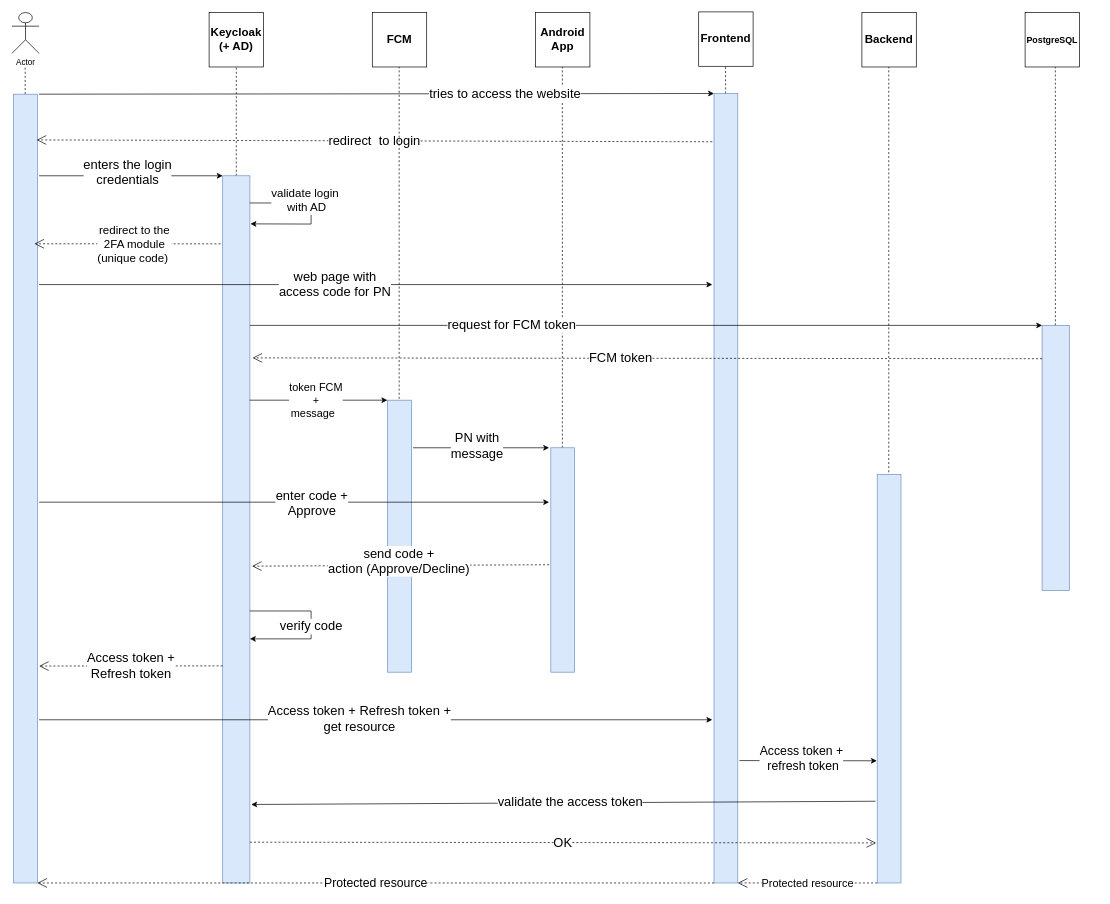
Bianca00000000/Keycloak_2FA keeps this draw.io diagram as docum/draw/diagrama_de_secventa_PN.drawio. Above is the earlier version. Source tidied: cells renumbered, new cells numbered last; positions are measured from the earlier drawing's top-left corner, leaving out a move shared by most shapes. Both pictures are drawn from the tidied source at 68%, with x=0, y=0 at pixel (12, 12).
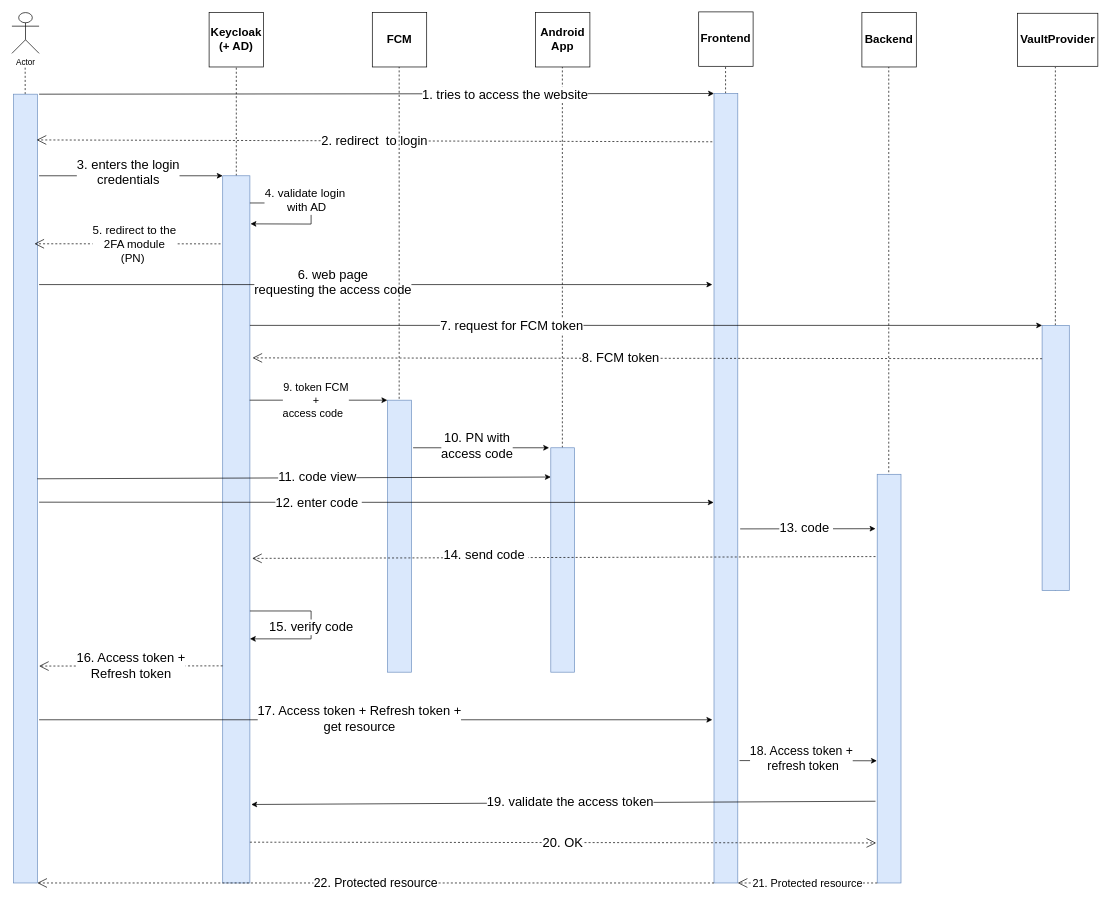
After the change.

Unchanged cells that the change refers to:
```xml
<mxCell id="12" style="rounded=0;whiteSpace=wrap;html=1;fillColor=#dae8fc;strokeColor=#6c8ebf;" parent="1" vertex="1">
  <mxGeometry x="2.5" y="121" width="35" height="1160" as="geometry" />
</mxCell>
<mxCell id="14" style="rounded=0;whiteSpace=wrap;html=1;fillColor=#dae8fc;strokeColor=#6c8ebf;" parent="1" vertex="1">
  <mxGeometry x="310" y="241" width="40" height="1040" as="geometry" />
</mxCell>
<mxCell id="19" style="rounded=0;whiteSpace=wrap;html=1;fillColor=#dae8fc;strokeColor=#6c8ebf;" parent="1" vertex="1">
  <mxGeometry x="1032.5" y="120" width="35" height="1161" as="geometry" />
</mxCell>
<mxCell id="27" style="endArrow=open;endSize=12;dashed=1;html=1;rounded=0;entryX=0.97;entryY=0.382;entryDx=0;entryDy=0;entryPerimeter=0;" parent="1" edge="1">
  <mxGeometry relative="1" as="geometry">
    <mxPoint x="306.8" y="341.1" as="sourcePoint" />
    <mxPoint x="33.2" y="341" as="targetPoint" />
  </mxGeometry>
</mxCell>
<mxCell id="29" style="endArrow=classic;html=1;rounded=0;entryX=0;entryY=0;entryDx=0;entryDy=0;" parent="1" edge="1">
  <mxGeometry relative="1" as="geometry">
    <mxPoint x="349.6" y="571" as="sourcePoint" />
    <mxPoint x="552.1" y="571" as="targetPoint" />
  </mxGeometry>
</mxCell>
<mxCell id="33" style="endArrow=open;endSize=12;dashed=1;html=1;rounded=0;entryX=1.106;entryY=0.357;entryDx=0;entryDy=0;entryPerimeter=0;exitX=0.009;exitY=0.15;exitDx=0;exitDy=0;exitPerimeter=0;" parent="1" edge="1">
  <mxGeometry relative="1" as="geometry">
    <mxPoint x="1515" y="510" as="sourcePoint" />
    <mxPoint x="353.9" y="508.8" as="targetPoint" />
  </mxGeometry>
</mxCell>
<mxCell id="37" style="endArrow=classic;html=1;rounded=0;" parent="1" edge="1">
  <mxGeometry relative="1" as="geometry">
    <mxPoint x="590" y="641" as="sourcePoint" />
    <mxPoint x="790" y="641" as="targetPoint" />
  </mxGeometry>
</mxCell>
<mxCell id="42" style="rounded=0;whiteSpace=wrap;html=1;fillColor=#dae8fc;strokeColor=#6c8ebf;" parent="1" vertex="1">
  <mxGeometry x="1272.5" y="680" width="35" height="601" as="geometry" />
</mxCell>
<mxCell id="48" style="endArrow=classic;html=1;rounded=0;" parent="1" edge="1">
  <mxGeometry relative="1" as="geometry">
    <mxPoint x="40" y="1041" as="sourcePoint" />
    <mxPoint x="1030" y="1041" as="targetPoint" />
  </mxGeometry>
</mxCell>
<mxCell id="51" style="endArrow=classic;html=1;rounded=0;entryX=-0.014;entryY=0.701;entryDx=0;entryDy=0;entryPerimeter=0;" parent="1" edge="1" target="42">
  <mxGeometry relative="1" as="geometry">
    <mxPoint x="1070" y="1101" as="sourcePoint" />
  </mxGeometry>
</mxCell>
<mxCell id="53" style="endArrow=classic;html=1;rounded=0;exitX=-0.071;exitY=0.8;exitDx=0;exitDy=0;entryX=1.05;entryY=0.889;entryDx=0;entryDy=0;exitPerimeter=0;entryPerimeter=0;" parent="1" edge="1" source="42" target="14">
  <mxGeometry relative="1" as="geometry" />
</mxCell>
<mxCell id="58" style="endArrow=classic;html=1;rounded=0;entryX=1.022;entryY=0.068;entryDx=0;entryDy=0;entryPerimeter=0;" parent="1" edge="1" target="14">
  <mxGeometry relative="1" as="geometry">
    <mxPoint x="350" y="281" as="sourcePoint" />
    <Array as="points">
      <mxPoint x="440" y="281" />
      <mxPoint x="440" y="312" />
    </Array>
  </mxGeometry>
</mxCell>
```

The edit, as a diff of the source:
```diff
@@
-    <mxCell id="20" value="&lt;font style=&quot;font-size: 19px;&quot;&gt;tries to access the website&lt;/font&gt;" style="text;html=1;align=center;verticalAlign=middle;strokeColor=none;fillColor=none;labelBackgroundColor=default;" parent="1" vertex="1">
-      <mxGeometry x="600" y="101" width="250" height="40" as="geometry" />
+    <mxCell id="20" value="&lt;font style=&quot;font-size: 19px;&quot;&gt;1. tries to access the website&lt;/font&gt;" style="text;html=1;align=center;verticalAlign=middle;strokeColor=none;fillColor=none;labelBackgroundColor=default;" parent="1" vertex="1">
+      <mxGeometry x="594" y="104" width="262" height="35" as="geometry" />
     </mxCell>
@@
-    <mxCell id="22" value="&lt;font style=&quot;font-size: 19px;&quot;&gt;enters the login &lt;br&gt;credentials&lt;/font&gt;" style="text;html=1;align=center;verticalAlign=middle;strokeColor=none;fillColor=none;labelBackgroundColor=default;" parent="1" vertex="1">
-      <mxGeometry x="95" y="206" width="150" height="60" as="geometry" />
+    <mxCell id="22" value="&lt;font style=&quot;font-size: 19px;&quot;&gt;3. enters the login &lt;br&gt;credentials&lt;/font&gt;" style="text;html=1;align=center;verticalAlign=middle;strokeColor=none;fillColor=none;labelBackgroundColor=default;" parent="1" vertex="1">
+      <mxGeometry x="86" y="207" width="169" height="58" as="geometry" />
     </mxCell>
-    <mxCell id="23" value="&lt;font size=&quot;1&quot; style=&quot;&quot;&gt;&lt;b style=&quot;font-size: 13px;&quot;&gt;PostgreSQL&lt;/b&gt;&lt;/font&gt;" style="whiteSpace=wrap;html=1;" parent="1" vertex="1">
-      <mxGeometry x="1490" y="1" width="80" height="80" as="geometry" />
-    </mxCell>
@@
-    <mxCell id="26" value="&lt;font style=&quot;font-size: 19px;&quot;&gt;redirect&amp;nbsp; to login&lt;/font&gt;" style="endArrow=open;endSize=12;dashed=1;html=1;rounded=0;entryX=0.97;entryY=0.058;entryDx=0;entryDy=0;entryPerimeter=0;" parent="1" edge="1" target="12">
+    <mxCell id="26" value="&lt;font style=&quot;font-size: 19px;&quot;&gt;2. redirect&amp;nbsp; to login&lt;/font&gt;" style="endArrow=open;endSize=12;dashed=1;html=1;rounded=0;entryX=0.97;entryY=0.058;entryDx=0;entryDy=0;entryPerimeter=0;" parent="1" edge="1" target="12">
       <mxGeometry relative="1" as="geometry">
         <mxPoint x="1030" y="191" as="sourcePoint" />
       </mxGeometry>
     </mxCell>
@@
-    <mxCell id="28" value="&lt;font style=&quot;font-size: 17px;&quot;&gt;redirect to the &lt;br&gt;2FA module &lt;br&gt;(unique code)&amp;nbsp;&lt;/font&gt;" style="edgeLabel;html=1;align=center;verticalAlign=middle;" parent="27" vertex="1">
+    <mxCell id="28" value="&lt;font style=&quot;font-size: 17px;&quot;&gt;5. redirect to the &lt;br&gt;2FA module &lt;br&gt;(PN)&amp;nbsp;&lt;/font&gt;" style="edgeLabel;html=1;align=center;verticalAlign=middle;" parent="27" vertex="1">
       <mxGeometry x="0.03" relative="1" as="geometry">
         <mxPoint x="14" as="offset" />
       </mxGeometry>
     </mxCell>
@@
-    <mxCell id="30" value="&lt;font style=&quot;font-size: 16px;&quot;&gt;token FCM&lt;br&gt;+&lt;br&gt;message&amp;nbsp;&amp;nbsp;&lt;/font&gt;" style="edgeLabel;html=1;align=center;verticalAlign=middle;" parent="29" vertex="1">
+    <mxCell id="30" value="&lt;font style=&quot;font-size: 16px;&quot;&gt;9. token FCM&lt;br&gt;+&lt;br&gt;access code&amp;nbsp;&amp;nbsp;&lt;/font&gt;" style="edgeLabel;html=1;align=center;verticalAlign=middle;" parent="29" vertex="1">
       <mxGeometry x="-0.04" y="1" relative="1" as="geometry" />
     </mxCell>
@@
-    <mxCell id="32" value="&lt;font style=&quot;font-size: 19px;&quot;&gt;request for FCM token&lt;/font&gt;" style="text;html=1;align=center;verticalAlign=middle;strokeColor=none;fillColor=none;labelBackgroundColor=default;" parent="1" vertex="1">
-      <mxGeometry x="630" y="441" width="210" height="40" as="geometry" />
+    <mxCell id="32" value="&lt;font style=&quot;font-size: 19px;&quot;&gt;7. request for FCM token&lt;/font&gt;" style="text;html=1;align=center;verticalAlign=middle;strokeColor=none;fillColor=none;labelBackgroundColor=default;" parent="1" vertex="1">
+      <mxGeometry x="621" y="444" width="228" height="35" as="geometry" />
     </mxCell>
@@
-    <mxCell id="34" value="&lt;font style=&quot;font-size: 19px;&quot;&gt;FCM token&lt;/font&gt;" style="edgeLabel;html=1;align=center;verticalAlign=middle;" parent="33" vertex="1">
+    <mxCell id="34" value="&lt;font style=&quot;font-size: 19px;&quot;&gt;8. FCM token&lt;/font&gt;" style="edgeLabel;html=1;align=center;verticalAlign=middle;" parent="33" vertex="1">
       <mxGeometry x="0.07" relative="1" as="geometry" />
     </mxCell>
@@
-    <mxCell id="36" value="&lt;font style=&quot;font-size: 19px;&quot;&gt;web page with&lt;br&gt;access code for PN&lt;/font&gt;" style="text;html=1;align=center;verticalAlign=middle;strokeColor=none;fillColor=none;labelBackgroundColor=default;" parent="1" vertex="1">
-      <mxGeometry x="380" y="371" width="190" height="60" as="geometry" />
+    <mxCell id="36" value="&lt;font style=&quot;font-size: 19px;&quot;&gt;6. web page &lt;br&gt;requesting the access code&lt;/font&gt;" style="text;html=1;align=center;verticalAlign=middle;strokeColor=none;fillColor=none;labelBackgroundColor=default;" parent="1" vertex="1">
+      <mxGeometry x="347" y="369" width="249" height="58" as="geometry" />
     </mxCell>
@@
-    <mxCell id="38" value="&lt;font style=&quot;font-size: 19px;&quot;&gt;PN with&lt;br&gt;message&lt;/font&gt;" style="edgeLabel;html=1;align=center;verticalAlign=middle;" parent="37" vertex="1">
+    <mxCell id="38" value="&lt;font style=&quot;font-size: 19px;&quot;&gt;10. PN with&lt;br&gt;access code&lt;/font&gt;" style="edgeLabel;html=1;align=center;verticalAlign=middle;" parent="37" vertex="1">
       <mxGeometry x="-0.07" y="4" relative="1" as="geometry" />
     </mxCell>
@@
-    <mxCell id="43" style="endArrow=classic;html=1;rounded=0;" parent="1" edge="1">
+    <mxCell id="43" style="endArrow=classic;html=1;rounded=0;entryX=-0.014;entryY=0.518;entryDx=0;entryDy=0;entryPerimeter=0;" parent="1" edge="1" target="19">
       <mxGeometry relative="1" as="geometry">
         <mxPoint x="40" y="721" as="sourcePoint" />
-        <mxPoint x="790" y="721" as="targetPoint" />
       </mxGeometry>
     </mxCell>
-    <mxCell id="44" value="&lt;font style=&quot;&quot;&gt;&lt;font style=&quot;font-size: 19px;&quot;&gt;enter code +&lt;/font&gt;&lt;br&gt;&lt;span style=&quot;font-size: 19px;&quot;&gt;Approve&lt;/span&gt;&lt;/font&gt;" style="edgeLabel;html=1;align=center;verticalAlign=middle;" parent="43" vertex="1">
+    <mxCell id="44" value="&lt;font style=&quot;&quot;&gt;&lt;font style=&quot;font-size: 19px;&quot;&gt;12. enter code&amp;nbsp;&lt;/font&gt;&lt;br&gt;&lt;/font&gt;" style="edgeLabel;html=1;align=center;verticalAlign=middle;" parent="43" vertex="1">
       <mxGeometry x="-0.01" y="-1" relative="1" as="geometry">
-        <mxPoint x="29" as="offset" />
+        <mxPoint x="-80" as="offset" />
       </mxGeometry>
     </mxCell>
-    <mxCell id="45" value="&lt;font style=&quot;font-size: 19px;&quot;&gt;send code +&lt;br&gt;action (Approve/Decline)&lt;br&gt;&lt;/font&gt;" style="endArrow=open;endSize=12;dashed=1;html=1;rounded=0;entryX=1.078;entryY=0.552;entryDx=0;entryDy=0;entryPerimeter=0;" parent="1" edge="1" target="14">
-      <mxGeometry x="0.01" y="-6" relative="1" as="geometry">
-        <mxPoint x="790" y="813" as="sourcePoint" />
+    <mxCell id="45" value="&lt;font style=&quot;font-size: 19px;&quot;&gt;14. send code&amp;nbsp;&lt;br&gt;&lt;/font&gt;" style="endArrow=open;endSize=12;dashed=1;html=1;rounded=0;entryX=1.084;entryY=0.541;entryDx=0;entryDy=0;entryPerimeter=0;" parent="1" edge="1" target="14">
+      <mxGeometry x="0.25" y="-4" relative="1" as="geometry">
+        <mxPoint x="1270" y="801" as="sourcePoint" />
       </mxGeometry>
     </mxCell>
@@
-    <mxCell id="47" value="&lt;font style=&quot;font-size: 19px;&quot;&gt;verify code&lt;/font&gt;" style="text;html=1;align=center;verticalAlign=middle;strokeColor=none;fillColor=none;labelBackgroundColor=default;" parent="1" vertex="1">
-      <mxGeometry x="380" y="884" width="120" height="40" as="geometry" />
+    <mxCell id="47" value="&lt;font style=&quot;font-size: 19px;&quot;&gt;15. verify code&lt;/font&gt;" style="text;html=1;align=center;verticalAlign=middle;strokeColor=none;fillColor=none;labelBackgroundColor=default;" parent="1" vertex="1">
+      <mxGeometry x="369" y="887" width="142" height="35" as="geometry" />
     </mxCell>
@@
-    <mxCell id="49" value="&lt;font style=&quot;font-size: 19px;&quot;&gt;Access token + Refresh token +&lt;br&gt;get resource&lt;br&gt;&lt;/font&gt;" style="edgeLabel;html=1;align=center;verticalAlign=middle;" parent="48" vertex="1">
+    <mxCell id="49" value="&lt;font style=&quot;font-size: 19px;&quot;&gt;17. Access token + Refresh token +&lt;br&gt;get resource&lt;br&gt;&lt;/font&gt;" style="edgeLabel;html=1;align=center;verticalAlign=middle;" parent="48" vertex="1">
       <mxGeometry x="-0.25" y="2" relative="1" as="geometry">
         <mxPoint x="99" as="offset" />
       </mxGeometry>
     </mxCell>
-    <mxCell id="50" value="&lt;font style=&quot;font-size: 19px;&quot;&gt;Access token +&lt;br&gt;Refresh token&lt;/font&gt;" style="endArrow=open;endSize=12;dashed=1;html=1;rounded=0;exitX=0;exitY=0.693;exitDx=0;exitDy=0;exitPerimeter=0;" parent="1" edge="1" source="14">
+    <mxCell id="50" value="&lt;font style=&quot;font-size: 19px;&quot;&gt;16. Access token +&lt;br&gt;Refresh token&lt;/font&gt;" style="endArrow=open;endSize=12;dashed=1;html=1;rounded=0;exitX=0;exitY=0.693;exitDx=0;exitDy=0;exitPerimeter=0;" parent="1" edge="1" source="14">
       <mxGeometry relative="1" as="geometry">
         <mxPoint x="40" y="962" as="targetPoint" />
       </mxGeometry>
     </mxCell>
@@
-    <mxCell id="52" value="&lt;font style=&quot;font-size: 18px;&quot;&gt;Access token +&lt;br&gt;&amp;nbsp;refresh token&lt;/font&gt;" style="edgeLabel;html=1;align=center;verticalAlign=middle;" parent="51" vertex="1">
+    <mxCell id="52" value="&lt;font style=&quot;font-size: 18px;&quot;&gt;18. Access token +&lt;br&gt;&amp;nbsp;refresh token&lt;/font&gt;" style="edgeLabel;html=1;align=center;verticalAlign=middle;" parent="51" vertex="1">
       <mxGeometry x="-0.11" y="3" relative="1" as="geometry" />
     </mxCell>
@@
-    <mxCell id="54" value="&lt;font style=&quot;font-size: 19px;&quot;&gt;validate the access token&lt;/font&gt;" style="edgeLabel;html=1;align=center;verticalAlign=middle;" parent="53" vertex="1">
+    <mxCell id="54" value="&lt;font style=&quot;font-size: 19px;&quot;&gt;19. validate the access token&lt;/font&gt;" style="edgeLabel;html=1;align=center;verticalAlign=middle;" parent="53" vertex="1">
       <mxGeometry x="-0.02" y="-2" relative="1" as="geometry" />
     </mxCell>
-    <mxCell id="55" value="&lt;font style=&quot;font-size: 19px;&quot;&gt;OK&lt;/font&gt;" style="endArrow=open;endSize=12;dashed=1;html=1;rounded=0;entryX=-0.046;entryY=0.902;entryDx=0;entryDy=0;entryPerimeter=0;" parent="1" edge="1" target="42">
+    <mxCell id="55" value="&lt;font style=&quot;font-size: 19px;&quot;&gt;20. OK&lt;/font&gt;" style="endArrow=open;endSize=12;dashed=1;html=1;rounded=0;entryX=-0.046;entryY=0.902;entryDx=0;entryDy=0;entryPerimeter=0;" parent="1" edge="1" target="42">
       <mxGeometry relative="1" as="geometry">
         <mxPoint x="350" y="1221" as="sourcePoint" />
       </mxGeometry>
     </mxCell>
-    <mxCell id="56" value="&lt;font style=&quot;font-size: 16px;&quot;&gt;Protected resource&lt;/font&gt;" style="endArrow=open;endSize=12;dashed=1;html=1;rounded=0;exitX=0;exitY=1;exitDx=0;exitDy=0;entryX=1;entryY=1;entryDx=0;entryDy=0;" parent="1" edge="1" source="42" target="19">
+    <mxCell id="56" value="&lt;font style=&quot;font-size: 16px;&quot;&gt;21. Protected resource&lt;/font&gt;" style="endArrow=open;endSize=12;dashed=1;html=1;rounded=0;exitX=0;exitY=1;exitDx=0;exitDy=0;entryX=1;entryY=1;entryDx=0;entryDy=0;" parent="1" edge="1" source="42" target="19">
       <mxGeometry relative="1" as="geometry" />
     </mxCell>
-    <mxCell id="57" value="&lt;font style=&quot;font-size: 18px;&quot;&gt;Protected resource&lt;/font&gt;" style="endArrow=open;endSize=12;dashed=1;html=1;rounded=0;exitX=0;exitY=1;exitDx=0;exitDy=0;entryX=1;entryY=1;entryDx=0;entryDy=0;" parent="1" edge="1" source="19" target="12">
+    <mxCell id="57" value="&lt;font style=&quot;font-size: 18px;&quot;&gt;22. Protected resource&lt;/font&gt;" style="endArrow=open;endSize=12;dashed=1;html=1;rounded=0;exitX=0;exitY=1;exitDx=0;exitDy=0;entryX=1;entryY=1;entryDx=0;entryDy=0;" parent="1" edge="1" source="19" target="12">
       <mxGeometry relative="1" as="geometry" />
     </mxCell>
@@
-    <mxCell id="59" value="&lt;font style=&quot;font-size: 17px;&quot;&gt;validate login&lt;br&gt;&amp;nbsp;with AD&lt;/font&gt;" style="edgeLabel;html=1;align=center;verticalAlign=middle;" parent="58" vertex="1">
+    <mxCell id="59" value="&lt;font style=&quot;font-size: 17px;&quot;&gt;4. validate login&lt;br&gt;&amp;nbsp;with AD&lt;/font&gt;" style="edgeLabel;html=1;align=center;verticalAlign=middle;" parent="58" vertex="1">
       <mxGeometry x="-0.05" y="1" relative="1" as="geometry">
         <mxPoint x="-11" y="-14" as="offset" />
       </mxGeometry>
     </mxCell>
+    <mxCell id="60" value="&lt;font style=&quot;font-size: 17px;&quot;&gt;&lt;b&gt;VaultProvider&lt;/b&gt;&lt;/font&gt;" style="rounded=0;whiteSpace=wrap;html=1;" parent="1" vertex="1">
+      <mxGeometry x="1479" y="2" width="118" height="78" as="geometry" />
+    </mxCell>
+    <mxCell id="61" style="endArrow=classic;html=1;rounded=0;exitX=0.976;exitY=0.523;exitDx=0;exitDy=0;exitPerimeter=0;" parent="1" edge="1">
+      <mxGeometry relative="1" as="geometry">
+        <mxPoint x="1071" y="760.3" as="sourcePoint" />
+        <mxPoint x="1270" y="760" as="targetPoint" />
+      </mxGeometry>
+    </mxCell>
+    <mxCell id="62" value="&lt;font style=&quot;&quot;&gt;&lt;font style=&quot;font-size: 19px;&quot;&gt;13. code&amp;nbsp;&lt;/font&gt;&lt;br&gt;&lt;/font&gt;" style="edgeLabel;html=1;align=center;verticalAlign=middle;" parent="61" vertex="1">
+      <mxGeometry x="-0.01" y="-1" relative="1" as="geometry">
+        <mxPoint x="-3" y="-3" as="offset" />
+      </mxGeometry>
+    </mxCell>
+    <mxCell id="63" style="endArrow=classic;html=1;rounded=0;entryX=0.024;entryY=0.095;entryDx=0;entryDy=0;entryPerimeter=0;" parent="1" edge="1">
+      <mxGeometry relative="1" as="geometry">
+        <mxPoint x="37.2" y="686.6" as="sourcePoint" />
+        <mxPoint x="792.5" y="684" as="targetPoint" />
+      </mxGeometry>
+    </mxCell>
+    <mxCell id="64" value="&lt;font style=&quot;&quot;&gt;&lt;font style=&quot;font-size: 19px;&quot;&gt;11. code view&lt;/font&gt;&lt;br&gt;&lt;/font&gt;" style="edgeLabel;html=1;align=center;verticalAlign=middle;" parent="1" vertex="1">
+      <mxGeometry x="497" y="739" as="geometry">
+        <mxPoint x="-49" y="-56" as="offset" />
+      </mxGeometry>
+    </mxCell>
```
